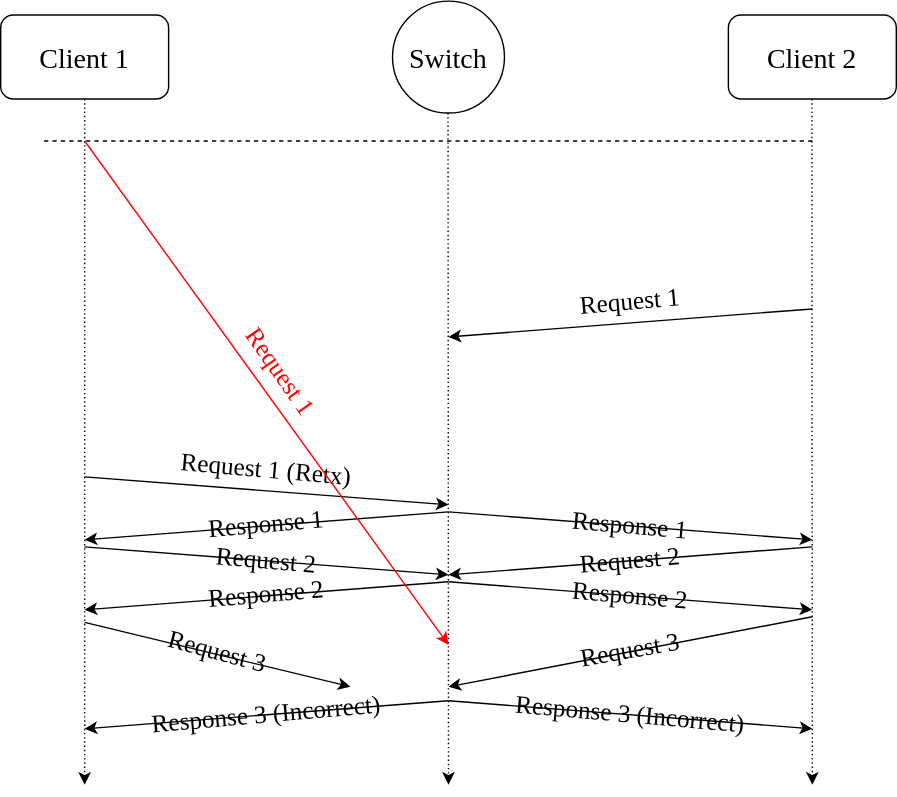
The draw.io diagram timing.svg in CS-icez/VeriNC-Violation, before a commit. Source tidied: cells renumbered, new cells last; positions are measured from the earlier drawing's top-left corner, leaving out a move shared by most shapes.
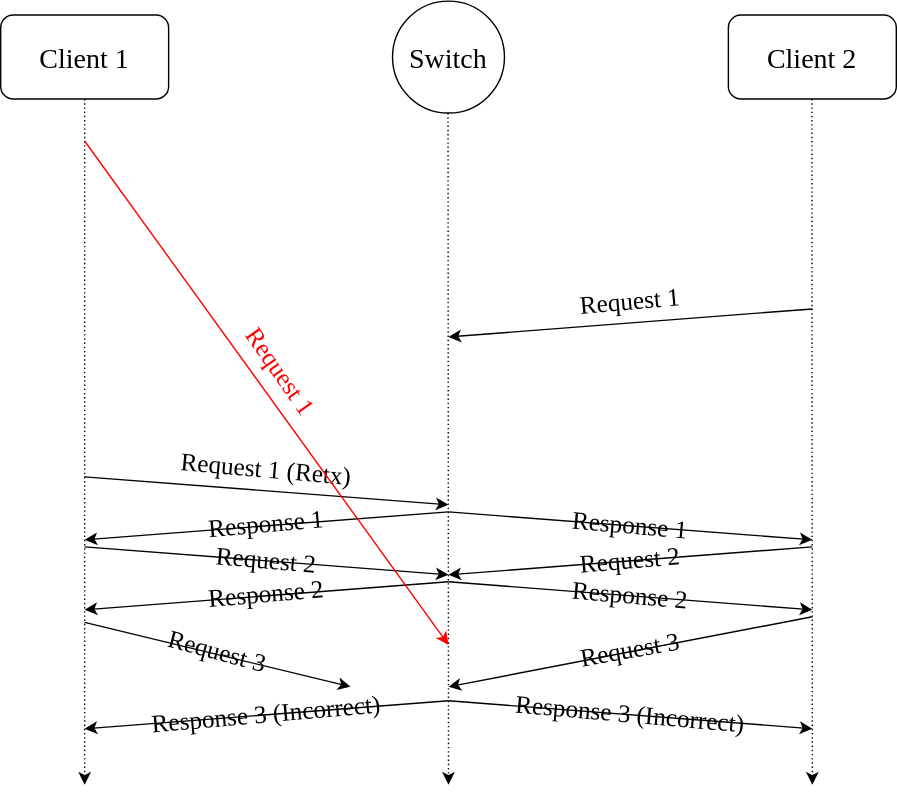
Above is the later version.

Commit message:
update timing diagram

The edit, as a diff of the source:
```diff
@@ -28,12 +28,6 @@
         <mxPoint x="320" y="560" as="targetPoint" />
       </mxGeometry>
     </mxCell>
-    <mxCell id="8" style="endArrow=none;dashed=1;html=1;rounded=0;" parent="1" edge="1">
-      <mxGeometry relative="1" as="geometry">
-        <mxPoint x="580" y="100" as="sourcePoint" />
-        <mxPoint x="30" y="100" as="targetPoint" />
-      </mxGeometry>
-    </mxCell>
     <mxCell id="9" style="endArrow=classic;html=1;rounded=0;" parent="1" edge="1">
       <mxGeometry relative="1" as="geometry">
         <mxPoint x="580" y="220" as="sourcePoint" />
```
